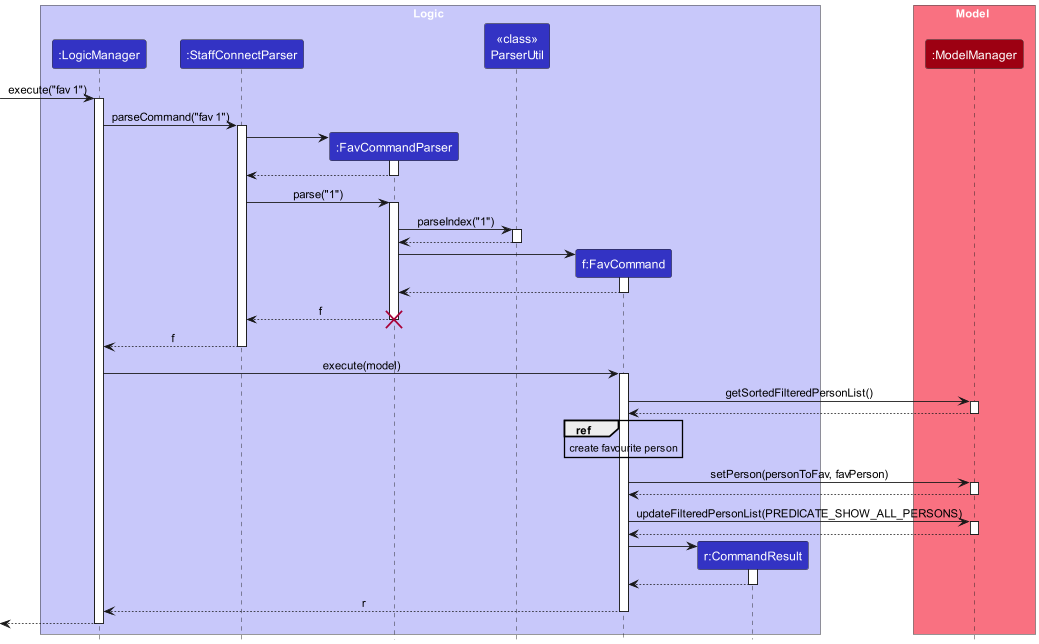
Earlier version of the PlantUML export docs/images/FavSequenceDiagram.png (whitesnowx/tp). Its source is kept beside it as docs/diagrams/FavSequenceDiagram.puml. The source it was exported from:
```plantuml
@startuml
!include style.puml
skinparam ArrowFontStyle plain

box Logic LOGIC_COLOR_T1
participant ":LogicManager" as LogicManager LOGIC_COLOR
participant ":StaffConnectParser" as StaffConnectParser LOGIC_COLOR
participant ":FavCommandParser" as FavCommandParser LOGIC_COLOR
participant "<<class>>\nParserUtil" as ParserUtil LOGIC_COLOR
participant "f:FavCommand" as FavCommand LOGIC_COLOR
participant "r:CommandResult" as CommandResult LOGIC_COLOR
end box

box Model MODEL_COLOR_T1
participant ":ModelManager" as Model MODEL_COLOR
end box

[-> LogicManager : execute("fav 1")
activate LogicManager

LogicManager -> StaffConnectParser : parseCommand("fav 1")
activate StaffConnectParser

create FavCommandParser
StaffConnectParser -> FavCommandParser
activate FavCommandParser

FavCommandParser --> StaffConnectParser
deactivate FavCommandParser

StaffConnectParser -> FavCommandParser : parse("1")
activate FavCommandParser

FavCommandParser -> ParserUtil : parseIndex("1")
activate ParserUtil
return

create FavCommand
FavCommandParser -> FavCommand++
return

return f
destroy FavCommandParser
return f

LogicManager -> FavCommand : execute(model)
activate FavCommand

FavCommand -> Model : getSortedFilteredPersonList()
activate Model
return

ref over FavCommand : create favourite person

FavCommand -> Model : setPerson(personToFav, favPerson)
activate Model
return

FavCommand -> Model : updateFilteredPersonList(PREDICATE_SHOW_ALL_PERSONS)
activate Model
return

create CommandResult
FavCommand -> CommandResult++
return

return r
return

@enduml
```
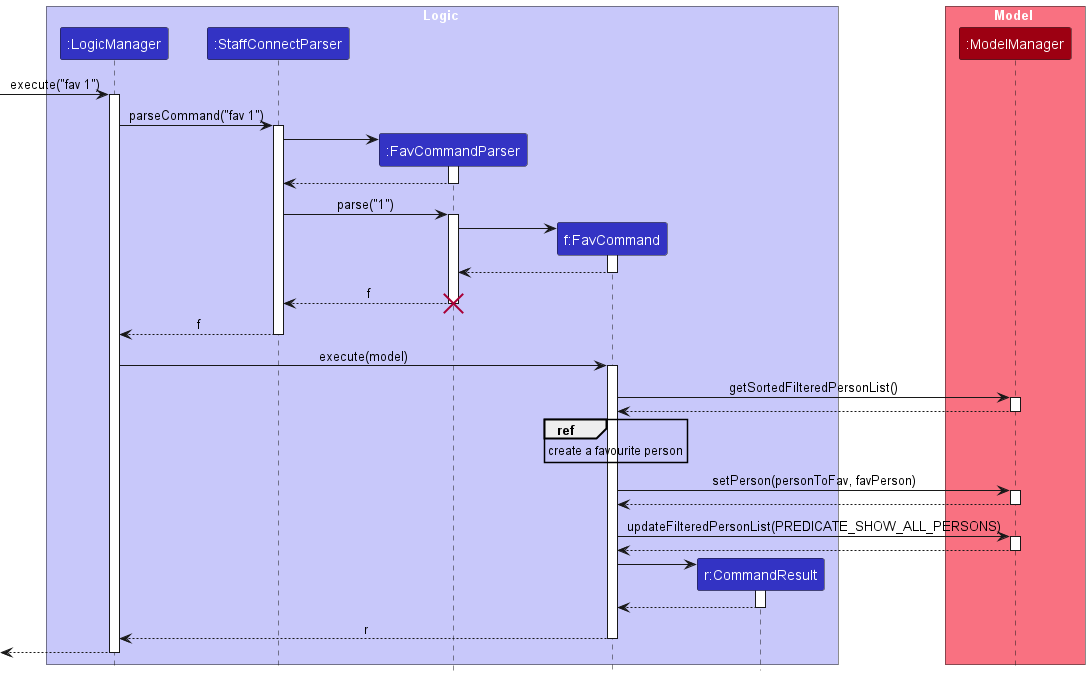
The same diagram one commit later.

Diff of the diagram source:
```diff
@@ -6,7 +6,6 @@
 participant ":LogicManager" as LogicManager LOGIC_COLOR
 participant ":StaffConnectParser" as StaffConnectParser LOGIC_COLOR
 participant ":FavCommandParser" as FavCommandParser LOGIC_COLOR
-participant "<<class>>\nParserUtil" as ParserUtil LOGIC_COLOR
 participant "f:FavCommand" as FavCommand LOGIC_COLOR
 participant "r:CommandResult" as CommandResult LOGIC_COLOR
 end box
@@ -31,10 +30,6 @@
 StaffConnectParser -> FavCommandParser : parse("1")
 activate FavCommandParser
 
-FavCommandParser -> ParserUtil : parseIndex("1")
-activate ParserUtil
-return
-
 create FavCommand
 FavCommandParser -> FavCommand++
 return
@@ -50,7 +45,7 @@
 activate Model
 return
 
-ref over FavCommand : create favourite person
+ref over FavCommand : create a favourite person
 
 FavCommand -> Model : setPerson(personToFav, favPerson)
 activate Model
```
